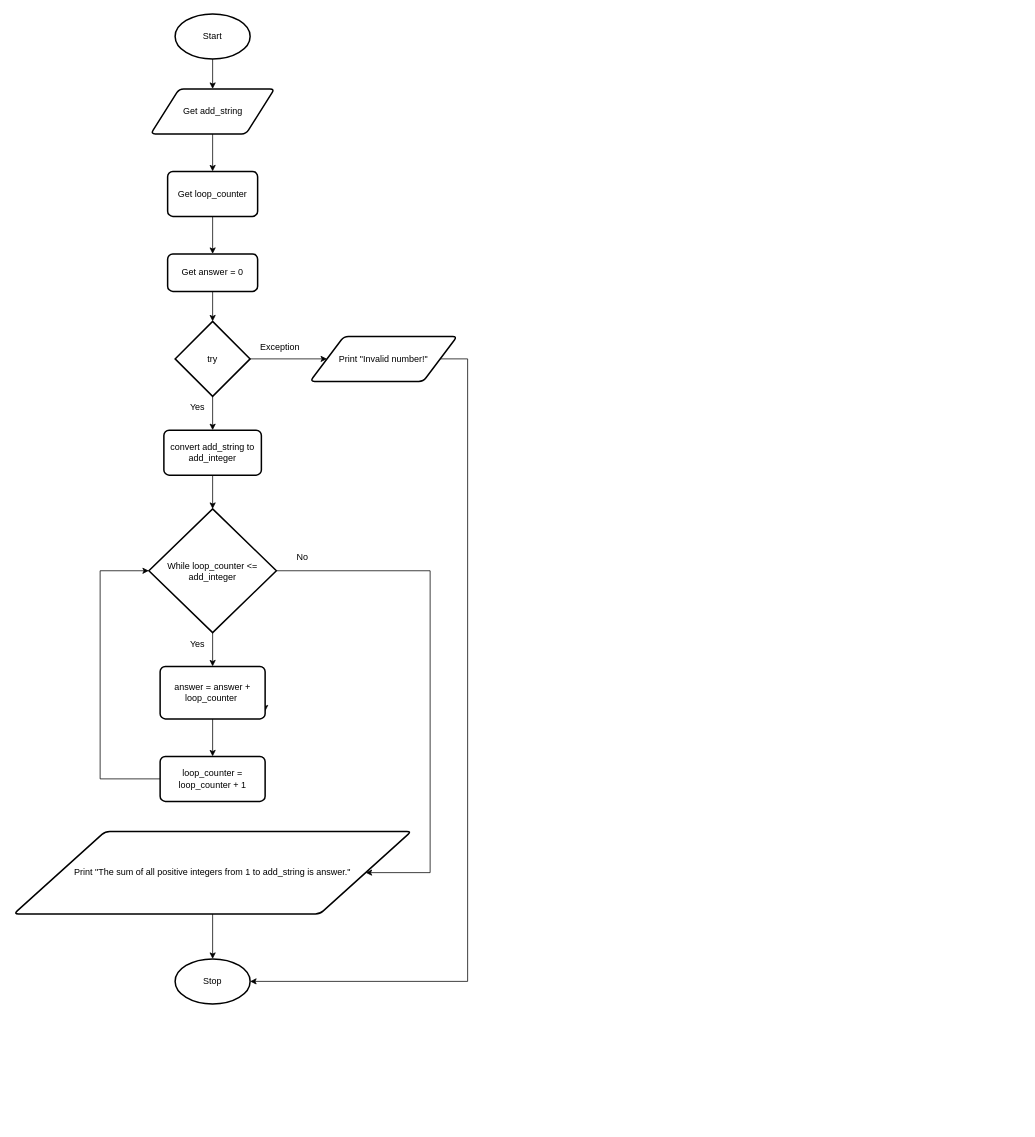
This is design.flowchart.drawio from Yiyun-Qin/ICS3U-Assignment3-Python, a draw.io file, before an edit. Source tidied: cells renumbered, new cells numbered last; positions are measured from the earlier drawing's top-left corner, leaving out a move shared by most shapes. Both pictures are drawn from the tidied source at 75%, with x=0, y=0 at pixel (14, 14).
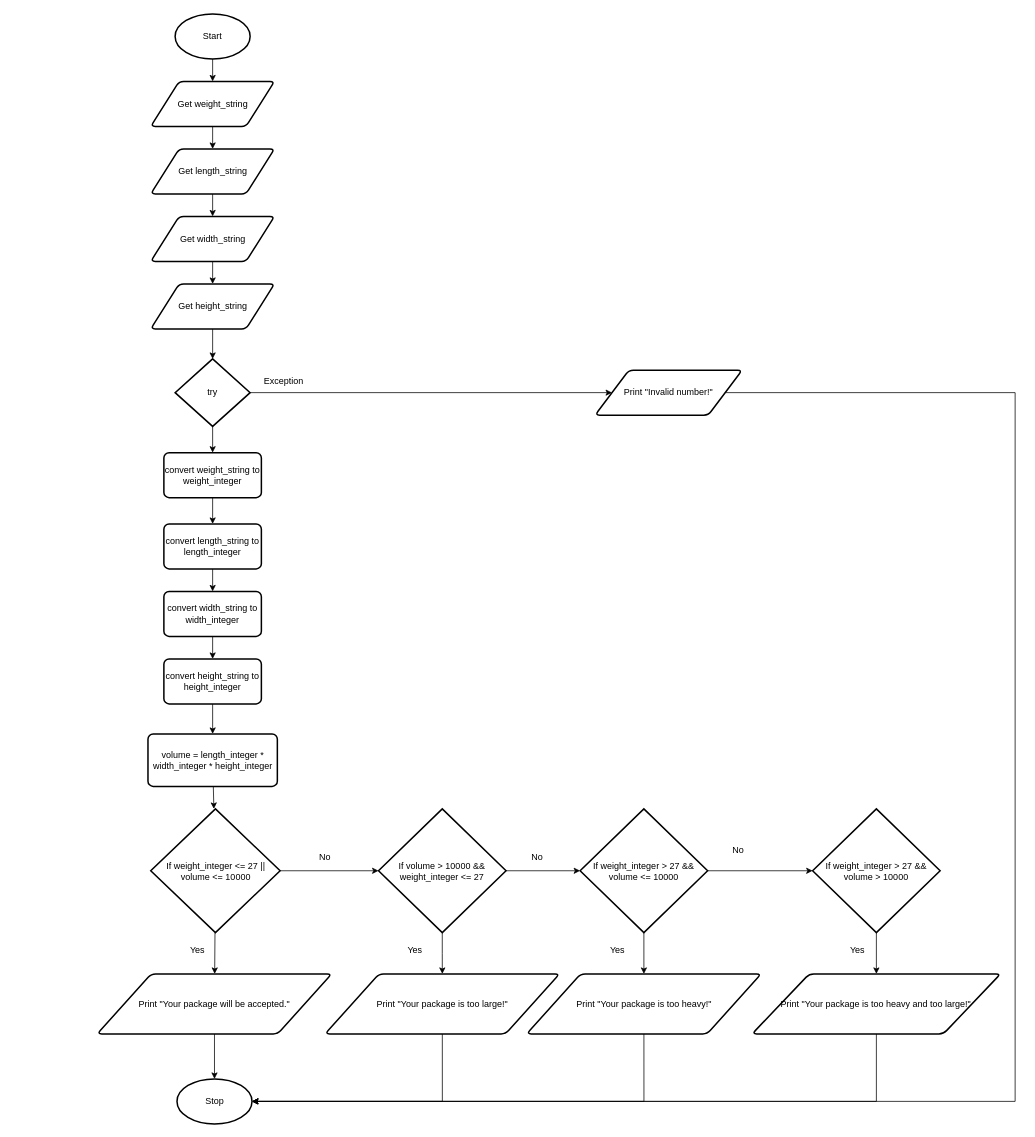
Above is the later version.

What changed in the source:
```diff
@@
-    <mxCell id="4" style="edgeStyle=none;html=1;exitX=0.5;exitY=1;exitDx=0;exitDy=0;entryX=0.5;entryY=0;entryDx=0;entryDy=0;" parent="1" edge="1" source="5" target="24">
-      <mxGeometry relative="1" as="geometry" />
-    </mxCell>
+    <mxCell id="32" style="edgeStyle=none;html=1;exitX=0.5;exitY=1;exitDx=0;exitDy=0;entryX=0.5;entryY=0;entryDx=0;entryDy=0;" parent="1" edge="1" source="5" target="37">
+      <mxGeometry relative="1" as="geometry" />
+    </mxCell>
-    <mxCell id="5" value="Get add_string" style="shape=parallelogram;html=1;strokeWidth=2;perimeter=parallelogramPerimeter;whiteSpace=wrap;rounded=1;arcSize=12;size=0.23;" parent="1" vertex="1">
-      <mxGeometry x="182.5" y="100" width="165" height="60" as="geometry" />
+    <mxCell id="5" value="Get weight_string" style="shape=parallelogram;html=1;strokeWidth=2;perimeter=parallelogramPerimeter;whiteSpace=wrap;rounded=1;arcSize=12;size=0.23;" parent="1" vertex="1">
+      <mxGeometry x="182.5" y="90" width="165" height="60" as="geometry" />
     </mxCell>
     <mxCell id="6" value="Stop" style="strokeWidth=2;html=1;shape=mxgraph.flowchart.start_1;whiteSpace=wrap;" parent="1" vertex="1">
-      <mxGeometry x="215" y="1260" width="100" height="60" as="geometry" />
+      <mxGeometry x="217.5" y="1420" width="100" height="60" as="geometry" />
     </mxCell>
     <mxCell id="7" value="Yes" style="text;html=1;strokeColor=none;fillColor=none;align=center;verticalAlign=middle;whiteSpace=wrap;rounded=0;" parent="1" vertex="1">
-      <mxGeometry x="215" y="510" width="60" height="30" as="geometry" />
+      <mxGeometry x="215" y="1230" width="60" height="35" as="geometry" />
     </mxCell>
-    <mxCell id="8" value="No" style="text;html=1;strokeColor=none;fillColor=none;align=center;verticalAlign=middle;whiteSpace=wrap;rounded=0;" parent="1" vertex="1">
-      <mxGeometry x="355" y="710" width="60" height="30" as="geometry" />
-    </mxCell>
@@
     <mxCell id="11" value="try" style="strokeWidth=2;html=1;shape=mxgraph.flowchart.decision;whiteSpace=wrap;" parent="1" vertex="1">
-      <mxGeometry x="215" y="410" width="100" height="100" as="geometry" />
+      <mxGeometry x="215" y="460" width="100" height="90" as="geometry" />
     </mxCell>
-    <mxCell id="12" style="edgeStyle=none;html=1;exitX=0.5;exitY=1;exitDx=0;exitDy=0;entryX=0.5;entryY=0;entryDx=0;entryDy=0;entryPerimeter=0;" parent="1" edge="1" source="13" target="19">
-      <mxGeometry relative="1" as="geometry" />
-    </mxCell>
+    <mxCell id="33" style="edgeStyle=none;html=1;" parent="1" edge="1" source="13" target="43">
+      <mxGeometry relative="1" as="geometry" />
+    </mxCell>
-    <mxCell id="13" value="convert add_string to add_integer" style="rounded=1;whiteSpace=wrap;html=1;absoluteArcSize=1;arcSize=14;strokeWidth=2;" parent="1" vertex="1">
-      <mxGeometry x="200" y="555" width="130" height="60" as="geometry" />
+    <mxCell id="13" value="convert weight_string to weight_integer" style="rounded=1;whiteSpace=wrap;html=1;absoluteArcSize=1;arcSize=14;strokeWidth=2;" parent="1" vertex="1">
+      <mxGeometry x="200" y="585" width="130" height="60" as="geometry" />
     </mxCell>
-    <mxCell id="14" style="edgeStyle=orthogonalEdgeStyle;html=1;exitX=1;exitY=0.5;exitDx=0;exitDy=0;entryX=1;entryY=0.5;entryDx=0;entryDy=0;entryPerimeter=0;rounded=0;" parent="1" edge="1" source="15" target="6">
+    <mxCell id="14" style="edgeStyle=orthogonalEdgeStyle;rounded=0;html=1;exitX=1;exitY=0.5;exitDx=0;exitDy=0;entryX=1;entryY=0.5;entryDx=0;entryDy=0;entryPerimeter=0;" parent="1" edge="1" source="15" target="6">
       <mxGeometry relative="1" as="geometry">
         <Array as="points">
-          <mxPoint x="605" y="460" />
-          <mxPoint x="605" y="1290" />
+          <mxPoint x="1335" y="505" />
+          <mxPoint x="1335" y="1450" />
         </Array>
       </mxGeometry>
     </mxCell>
     <mxCell id="15" value="Print &quot;Invalid number!&quot;" style="shape=parallelogram;html=1;strokeWidth=2;perimeter=parallelogramPerimeter;whiteSpace=wrap;rounded=1;arcSize=12;size=0.23;" parent="1" vertex="1">
-      <mxGeometry x="395" y="430" width="196" height="60" as="geometry" />
+      <mxGeometry x="775" y="475" width="196" height="60" as="geometry" />
     </mxCell>
     <mxCell id="16" value="Exception" style="text;html=1;strokeColor=none;fillColor=none;align=center;verticalAlign=middle;whiteSpace=wrap;rounded=0;" parent="1" vertex="1">
-      <mxGeometry x="325" y="430" width="60" height="30" as="geometry" />
+      <mxGeometry x="330" y="475" width="60" height="30" as="geometry" />
     </mxCell>
-    <mxCell id="17" style="edgeStyle=none;html=1;exitX=0.5;exitY=1;exitDx=0;exitDy=0;exitPerimeter=0;entryX=0.5;entryY=0;entryDx=0;entryDy=0;" parent="1" edge="1" source="19" target="22">
-      <mxGeometry relative="1" as="geometry" />
-    </mxCell>
-    <mxCell id="18" style="edgeStyle=orthogonalEdgeStyle;rounded=0;html=1;exitX=1;exitY=0.5;exitDx=0;exitDy=0;exitPerimeter=0;entryX=1;entryY=0.5;entryDx=0;entryDy=0;" parent="1" edge="1" source="19" target="31">
-      <mxGeometry relative="1" as="geometry">
-        <Array as="points">
-          <mxPoint x="555" y="743" />
-          <mxPoint x="555" y="1145" />
-        </Array>
-      </mxGeometry>
-    </mxCell>
+    <mxCell id="34" style="edgeStyle=none;html=1;" parent="1" edge="1" source="19" target="51">
+      <mxGeometry relative="1" as="geometry" />
+    </mxCell>
+    <mxCell id="35" style="edgeStyle=orthogonalEdgeStyle;rounded=0;html=1;exitX=1;exitY=0.5;exitDx=0;exitDy=0;exitPerimeter=0;entryX=0;entryY=0.5;entryDx=0;entryDy=0;entryPerimeter=0;" parent="1" edge="1" source="19" target="56">
+      <mxGeometry relative="1" as="geometry" />
+    </mxCell>
-    <mxCell id="19" value="While loop_counter &amp;lt;= add_integer" style="strokeWidth=2;html=1;shape=mxgraph.flowchart.decision;whiteSpace=wrap;" parent="1" vertex="1">
-      <mxGeometry x="180" y="660" width="170" height="165" as="geometry" />
+    <mxCell id="19" value="If weight_integer &amp;lt;= 27 || volume &amp;lt;= 10000" style="strokeWidth=2;html=1;shape=mxgraph.flowchart.decision;whiteSpace=wrap;" parent="1" vertex="1">
+      <mxGeometry x="182.5" y="1060" width="172.5" height="165" as="geometry" />
     </mxCell>
-    <mxCell id="20" style="edgeStyle=none;html=1;exitX=1;exitY=0.75;exitDx=0;exitDy=0;" parent="1" edge="1" source="22">
-      <mxGeometry relative="1" as="geometry">
-        <mxPoint x="335" y="930" as="targetPoint" />
-      </mxGeometry>
-    </mxCell>
-    <mxCell id="21" style="edgeStyle=none;html=1;exitX=0.5;exitY=1;exitDx=0;exitDy=0;entryX=0.5;entryY=0;entryDx=0;entryDy=0;" parent="1" edge="1" source="22" target="28">
-      <mxGeometry relative="1" as="geometry" />
-    </mxCell>
-    <mxCell id="22" value="answer = answer + loop_counter&amp;nbsp;" style="rounded=1;whiteSpace=wrap;html=1;absoluteArcSize=1;arcSize=14;strokeWidth=2;" parent="1" vertex="1">
-      <mxGeometry x="195" y="870" width="140" height="70" as="geometry" />
-    </mxCell>
-    <mxCell id="23" style="edgeStyle=none;html=1;exitX=0.5;exitY=1;exitDx=0;exitDy=0;entryX=0.5;entryY=0;entryDx=0;entryDy=0;" parent="1" edge="1" source="24" target="26">
-      <mxGeometry relative="1" as="geometry" />
-    </mxCell>
-    <mxCell id="24" value="Get loop_counter" style="rounded=1;whiteSpace=wrap;html=1;absoluteArcSize=1;arcSize=14;strokeWidth=2;" parent="1" vertex="1">
-      <mxGeometry x="205" y="210" width="120" height="60" as="geometry" />
-    </mxCell>
-    <mxCell id="25" style="edgeStyle=none;html=1;exitX=0.5;exitY=1;exitDx=0;exitDy=0;entryX=0.5;entryY=0;entryDx=0;entryDy=0;entryPerimeter=0;" parent="1" edge="1" source="26" target="11">
-      <mxGeometry relative="1" as="geometry" />
-    </mxCell>
-    <mxCell id="26" value="Get answer = 0" style="rounded=1;whiteSpace=wrap;html=1;absoluteArcSize=1;arcSize=14;strokeWidth=2;" parent="1" vertex="1">
-      <mxGeometry x="205" y="320" width="120" height="50" as="geometry" />
-    </mxCell>
-    <mxCell id="27" style="edgeStyle=orthogonalEdgeStyle;html=1;exitX=0;exitY=0.5;exitDx=0;exitDy=0;entryX=0;entryY=0.5;entryDx=0;entryDy=0;entryPerimeter=0;rounded=0;" parent="1" edge="1" source="28" target="19">
-      <mxGeometry relative="1" as="geometry">
-        <Array as="points">
-          <mxPoint x="115" y="1020" />
-          <mxPoint x="115" y="743" />
-        </Array>
-      </mxGeometry>
-    </mxCell>
-    <mxCell id="28" value="loop_counter = loop_counter + 1" style="rounded=1;whiteSpace=wrap;html=1;absoluteArcSize=1;arcSize=14;strokeWidth=2;" parent="1" vertex="1">
-      <mxGeometry x="195" y="990" width="140" height="60" as="geometry" />
-    </mxCell>
-    <mxCell id="29" value="Yes" style="text;html=1;strokeColor=none;fillColor=none;align=center;verticalAlign=middle;whiteSpace=wrap;rounded=0;" parent="1" vertex="1">
-      <mxGeometry x="215" y="825" width="60" height="30" as="geometry" />
-    </mxCell>
-    <mxCell id="30" style="edgeStyle=orthogonalEdgeStyle;rounded=0;html=1;exitX=0.5;exitY=1;exitDx=0;exitDy=0;entryX=0.5;entryY=0;entryDx=0;entryDy=0;entryPerimeter=0;" parent="1" edge="1" source="31" target="6">
-      <mxGeometry relative="1" as="geometry" />
-    </mxCell>
-    <mxCell id="31" value="Print &quot;The sum of all positive integers from 1 to add_string is answer.&quot;" style="shape=parallelogram;html=1;strokeWidth=2;perimeter=parallelogramPerimeter;whiteSpace=wrap;rounded=1;arcSize=12;size=0.23;" parent="1" vertex="1">
-      <mxGeometry y="1090" width="530" height="110" as="geometry" />
-    </mxCell>
+    <mxCell id="36" style="edgeStyle=none;html=1;exitX=0.5;exitY=1;exitDx=0;exitDy=0;entryX=0.5;entryY=0;entryDx=0;entryDy=0;" parent="1" edge="1" source="37" target="39">
+      <mxGeometry relative="1" as="geometry" />
+    </mxCell>
+    <mxCell id="37" value="Get length_string" style="shape=parallelogram;html=1;strokeWidth=2;perimeter=parallelogramPerimeter;whiteSpace=wrap;rounded=1;arcSize=12;size=0.23;" parent="1" vertex="1">
+      <mxGeometry x="182.5" y="180" width="165" height="60" as="geometry" />
+    </mxCell>
+    <mxCell id="38" style="edgeStyle=none;html=1;exitX=0.5;exitY=1;exitDx=0;exitDy=0;entryX=0.5;entryY=0;entryDx=0;entryDy=0;" parent="1" edge="1" source="39" target="41">
+      <mxGeometry relative="1" as="geometry" />
+    </mxCell>
+    <mxCell id="39" value="Get width_string" style="shape=parallelogram;html=1;strokeWidth=2;perimeter=parallelogramPerimeter;whiteSpace=wrap;rounded=1;arcSize=12;size=0.23;" parent="1" vertex="1">
+      <mxGeometry x="182.5" y="270" width="165" height="60" as="geometry" />
+    </mxCell>
+    <mxCell id="40" style="edgeStyle=none;html=1;exitX=0.5;exitY=1;exitDx=0;exitDy=0;entryX=0.5;entryY=0;entryDx=0;entryDy=0;entryPerimeter=0;" parent="1" edge="1" source="41" target="11">
+      <mxGeometry relative="1" as="geometry" />
+    </mxCell>
+    <mxCell id="41" value="Get height_string" style="shape=parallelogram;html=1;strokeWidth=2;perimeter=parallelogramPerimeter;whiteSpace=wrap;rounded=1;arcSize=12;size=0.23;" parent="1" vertex="1">
+      <mxGeometry x="182.5" y="360" width="165" height="60" as="geometry" />
+    </mxCell>
+    <mxCell id="42" style="edgeStyle=none;html=1;" parent="1" edge="1" source="43" target="45">
+      <mxGeometry relative="1" as="geometry" />
+    </mxCell>
+    <mxCell id="43" value="convert length_string to length_integer" style="rounded=1;whiteSpace=wrap;html=1;absoluteArcSize=1;arcSize=14;strokeWidth=2;" parent="1" vertex="1">
+      <mxGeometry x="200" y="680" width="130" height="60" as="geometry" />
+    </mxCell>
+    <mxCell id="44" style="edgeStyle=none;html=1;" parent="1" edge="1" source="45" target="47">
+      <mxGeometry relative="1" as="geometry" />
+    </mxCell>
+    <mxCell id="45" value="convert width_string to width_integer" style="rounded=1;whiteSpace=wrap;html=1;absoluteArcSize=1;arcSize=14;strokeWidth=2;" parent="1" vertex="1">
+      <mxGeometry x="200" y="770" width="130" height="60" as="geometry" />
+    </mxCell>
+    <mxCell id="46" style="edgeStyle=none;html=1;" parent="1" edge="1" source="47" target="49">
+      <mxGeometry relative="1" as="geometry" />
+    </mxCell>
+    <mxCell id="47" value="convert height_string to height_integer" style="rounded=1;whiteSpace=wrap;html=1;absoluteArcSize=1;arcSize=14;strokeWidth=2;" parent="1" vertex="1">
+      <mxGeometry x="200" y="860" width="130" height="60" as="geometry" />
+    </mxCell>
+    <mxCell id="48" style="edgeStyle=none;html=1;" parent="1" edge="1" source="49" target="19">
+      <mxGeometry relative="1" as="geometry" />
+    </mxCell>
+    <mxCell id="49" value="volume = length_integer * width_integer * height_integer" style="rounded=1;whiteSpace=wrap;html=1;absoluteArcSize=1;arcSize=14;strokeWidth=2;" parent="1" vertex="1">
+      <mxGeometry x="178.8" y="960" width="172.5" height="70" as="geometry" />
+    </mxCell>
+    <mxCell id="50" style="edgeStyle=none;html=1;" parent="1" edge="1" source="51" target="6">
+      <mxGeometry relative="1" as="geometry" />
+    </mxCell>
+    <mxCell id="51" value="Print &quot;Your package will be accepted.&quot;" style="shape=parallelogram;html=1;strokeWidth=2;perimeter=parallelogramPerimeter;whiteSpace=wrap;rounded=1;arcSize=12;size=0.23;" parent="1" vertex="1">
+      <mxGeometry x="111.2" y="1280" width="312.5" height="80" as="geometry" />
+    </mxCell>
+    <mxCell id="52" style="edgeStyle=orthogonalEdgeStyle;html=1;exitX=0.5;exitY=1;exitDx=0;exitDy=0;entryX=1;entryY=0.5;entryDx=0;entryDy=0;entryPerimeter=0;rounded=0;" parent="1" edge="1" source="53" target="6">
+      <mxGeometry relative="1" as="geometry" />
+    </mxCell>
+    <mxCell id="53" value="Print &quot;Your package is too large!&quot;" style="shape=parallelogram;html=1;strokeWidth=2;perimeter=parallelogramPerimeter;whiteSpace=wrap;rounded=1;arcSize=12;size=0.23;" parent="1" vertex="1">
+      <mxGeometry x="415" y="1280" width="312.5" height="80" as="geometry" />
+    </mxCell>
+    <mxCell id="54" style="edgeStyle=none;html=1;" parent="1" edge="1" source="56" target="59">
+      <mxGeometry relative="1" as="geometry" />
+    </mxCell>
+    <mxCell id="55" style="edgeStyle=orthogonalEdgeStyle;rounded=0;html=1;exitX=0.5;exitY=1;exitDx=0;exitDy=0;exitPerimeter=0;entryX=0.5;entryY=0;entryDx=0;entryDy=0;" parent="1" edge="1" source="56" target="53">
+      <mxGeometry relative="1" as="geometry" />
+    </mxCell>
+    <mxCell id="56" value="If volume &amp;gt; 10000 &amp;amp;&amp;amp; weight_integer &amp;lt;= 27" style="strokeWidth=2;html=1;shape=mxgraph.flowchart.decision;whiteSpace=wrap;" parent="1" vertex="1">
+      <mxGeometry x="486.2" y="1060" width="170" height="165" as="geometry" />
+    </mxCell>
+    <mxCell id="57" style="edgeStyle=none;html=1;" parent="1" edge="1" source="59" target="61">
+      <mxGeometry relative="1" as="geometry" />
+    </mxCell>
+    <mxCell id="58" style="edgeStyle=orthogonalEdgeStyle;rounded=0;html=1;exitX=1;exitY=0.5;exitDx=0;exitDy=0;exitPerimeter=0;entryX=0;entryY=0.5;entryDx=0;entryDy=0;entryPerimeter=0;" parent="1" edge="1" source="59" target="66">
+      <mxGeometry relative="1" as="geometry" />
+    </mxCell>
+    <mxCell id="59" value="If weight_integer &amp;gt; 27 &amp;amp;&amp;amp; volume &amp;lt;= 10000" style="strokeWidth=2;html=1;shape=mxgraph.flowchart.decision;whiteSpace=wrap;" parent="1" vertex="1">
+      <mxGeometry x="755" y="1060" width="170" height="165" as="geometry" />
+    </mxCell>
+    <mxCell id="60" style="edgeStyle=orthogonalEdgeStyle;rounded=0;html=1;exitX=0.5;exitY=1;exitDx=0;exitDy=0;entryX=1;entryY=0.5;entryDx=0;entryDy=0;entryPerimeter=0;" parent="1" edge="1" source="61" target="6">
+      <mxGeometry relative="1" as="geometry" />
+    </mxCell>
+    <mxCell id="61" value="Print &quot;Your package is too heavy!&quot;" style="shape=parallelogram;html=1;strokeWidth=2;perimeter=parallelogramPerimeter;whiteSpace=wrap;rounded=1;arcSize=12;size=0.23;" parent="1" vertex="1">
+      <mxGeometry x="683.8" y="1280" width="312.5" height="80" as="geometry" />
+    </mxCell>
+    <mxCell id="8" value="No" style="text;html=1;strokeColor=none;fillColor=none;align=center;verticalAlign=middle;whiteSpace=wrap;rounded=0;" parent="1" vertex="1">
+      <mxGeometry x="385" y="1110" width="60" height="30" as="geometry" />
+    </mxCell>
+    <mxCell id="62" value="No" style="text;html=1;strokeColor=none;fillColor=none;align=center;verticalAlign=middle;whiteSpace=wrap;rounded=0;" parent="1" vertex="1">
+      <mxGeometry x="667.5" y="1110" width="60" height="30" as="geometry" />
+    </mxCell>
+    <mxCell id="63" value="Yes" style="text;html=1;strokeColor=none;fillColor=none;align=center;verticalAlign=middle;whiteSpace=wrap;rounded=0;" parent="1" vertex="1">
+      <mxGeometry x="505" y="1230" width="60" height="35" as="geometry" />
+    </mxCell>
+    <mxCell id="64" value="Yes" style="text;html=1;strokeColor=none;fillColor=none;align=center;verticalAlign=middle;whiteSpace=wrap;rounded=0;" parent="1" vertex="1">
+      <mxGeometry x="775" y="1230" width="60" height="35" as="geometry" />
+    </mxCell>
+    <mxCell id="65" style="edgeStyle=orthogonalEdgeStyle;rounded=0;html=1;" parent="1" edge="1" source="66" target="68">
+      <mxGeometry relative="1" as="geometry" />
+    </mxCell>
+    <mxCell id="66" value="If weight_integer &amp;gt; 27 &amp;amp;&amp;amp; volume &amp;gt; 10000" style="strokeWidth=2;html=1;shape=mxgraph.flowchart.decision;whiteSpace=wrap;" parent="1" vertex="1">
+      <mxGeometry x="1065" y="1060" width="170" height="165" as="geometry" />
+    </mxCell>
+    <mxCell id="67" style="edgeStyle=orthogonalEdgeStyle;rounded=0;html=1;exitX=0.5;exitY=1;exitDx=0;exitDy=0;entryX=1;entryY=0.5;entryDx=0;entryDy=0;entryPerimeter=0;" parent="1" edge="1" source="68" target="6">
+      <mxGeometry relative="1" as="geometry" />
+    </mxCell>
+    <mxCell id="68" value="Print &quot;Your package is too heavy and too large!&quot;" style="shape=parallelogram;html=1;strokeWidth=2;perimeter=parallelogramPerimeter;whiteSpace=wrap;rounded=1;arcSize=12;size=0.23;" parent="1" vertex="1">
+      <mxGeometry x="984.4" y="1280" width="331.2" height="80" as="geometry" />
+    </mxCell>
+    <mxCell id="69" value="No" style="text;html=1;strokeColor=none;fillColor=none;align=center;verticalAlign=middle;whiteSpace=wrap;rounded=0;" parent="1" vertex="1">
+      <mxGeometry x="936.2" y="1100" width="60" height="30" as="geometry" />
+    </mxCell>
+    <mxCell id="70" value="Yes" style="text;html=1;strokeColor=none;fillColor=none;align=center;verticalAlign=middle;whiteSpace=wrap;rounded=0;" parent="1" vertex="1">
+      <mxGeometry x="1095" y="1230" width="60" height="35" as="geometry" />
+    </mxCell>
```
